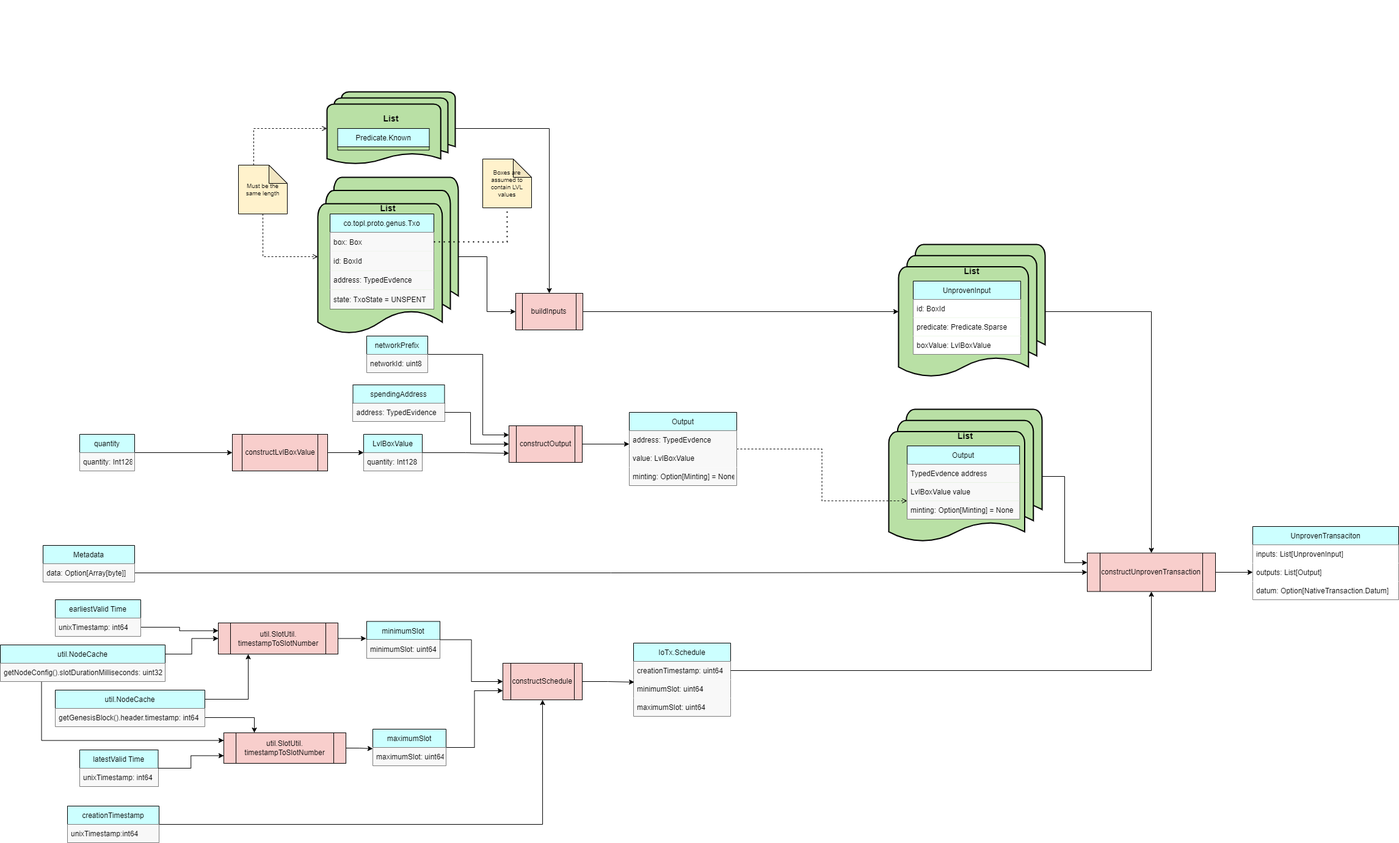
Above: docs/Modules/NativeTransactor/transaction_builder.drawio.png in Topl/BramblSc-docs (draw.io), before the change. Source tidied: cells renumbered, new cells last; positions are measured from the earlier drawing's top-left corner, leaving out a move shared by most shapes.
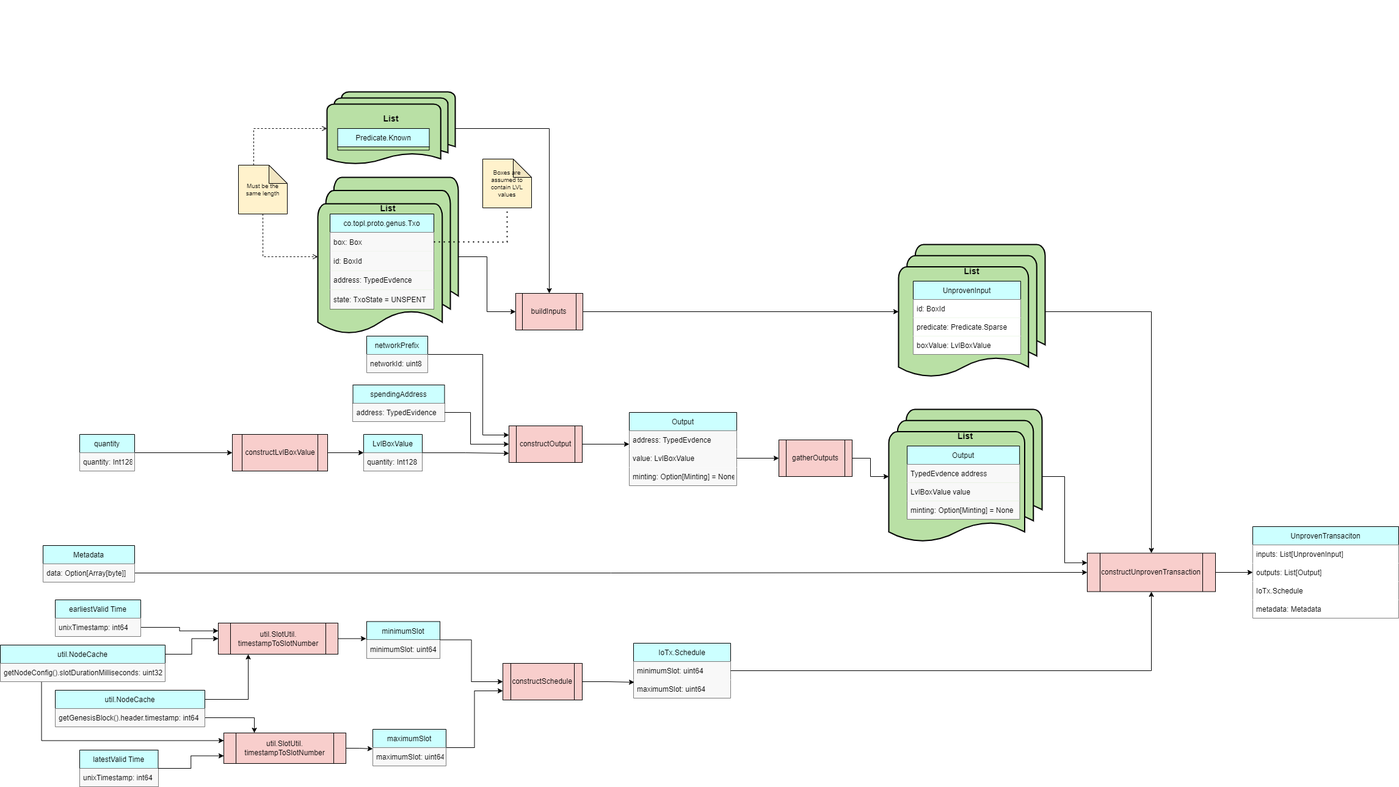
After the commit.

Commit message:
removed user-supplied creation timestamp.

The edit, as a diff of the source:
```diff
@@ -15,32 +15,22 @@
       <mxGeometry x="1780" y="905.5" width="210" height="63" as="geometry" />
     </mxCell>
     <mxCell id="6" value="IoTx.Schedule" style="swimlane;fontStyle=0;horizontal=1;startSize=30;fillColor=#CCFFFF;" parent="1" vertex="1">
-      <mxGeometry x="1037" y="1053" width="159" height="120" as="geometry" />
+      <mxGeometry x="1037" y="1053" width="159" height="90" as="geometry" />
     </mxCell>
-    <mxCell id="7" value="creationTimestamp: uint64" style="text;strokeColor=none;fillColor=#F8F8F8;align=left;verticalAlign=middle;spacingLeft=4;spacingRight=4;overflow=hidden;points=[[0,0.5],[1,0.5]];portConstraint=eastwest;" parent="6" vertex="1">
-      <mxGeometry y="30" width="159" height="30" as="geometry" />
-    </mxCell>
     <mxCell id="8" value="minimumSlot: uint64" style="text;strokeColor=none;fillColor=#F8F8F8;align=left;verticalAlign=middle;spacingLeft=4;spacingRight=4;overflow=hidden;" parent="6" vertex="1">
-      <mxGeometry y="60" width="159" height="30" as="geometry" />
+      <mxGeometry y="30" width="159" height="30" as="geometry" />
     </mxCell>
     <mxCell id="9" value="maximumSlot: uint64" style="text;strokeColor=none;fillColor=#F8F8F8;align=left;verticalAlign=middle;spacingLeft=4;spacingRight=4;overflow=hidden;" parent="6" vertex="1">
-      <mxGeometry y="90" width="159" height="30" as="geometry" />
+      <mxGeometry y="60" width="159" height="30" as="geometry" />
     </mxCell>
-    <mxCell id="10" style="edgeStyle=orthogonalEdgeStyle;rounded=0;jettySize=auto;html=1;entryX=0.007;entryY=1.133;entryDx=0;entryDy=0;entryPerimeter=0;exitX=1;exitY=0.5;exitDx=0;exitDy=0;" parent="1" edge="1" source="11" target="7">
-      <mxGeometry relative="1" as="geometry" />
+    <mxCell id="10" style="edgeStyle=orthogonalEdgeStyle;rounded=0;jettySize=auto;html=1;entryX=0.007;entryY=1.133;entryDx=0;entryDy=0;entryPerimeter=0;exitX=1;exitY=0.5;exitDx=0;exitDy=0;" parent="1" edge="1" source="11">
+      <mxGeometry relative="1" as="geometry">
+        <mxPoint x="1038.1" y="1117" as="targetPoint" />
+      </mxGeometry>
     </mxCell>
     <mxCell id="11" value="constructSchedule" style="shape=process;whiteSpace=wrap;html=1;backgroundOutline=1;fillColor=#F8CECC;" parent="1" vertex="1">
       <mxGeometry x="823" y="1086" width="130" height="60" as="geometry" />
     </mxCell>
-    <mxCell id="12" style="edgeStyle=orthogonalEdgeStyle;rounded=0;jettySize=auto;html=1;entryX=0.5;entryY=1;entryDx=0;entryDy=0;" parent="1" edge="1" source="13" target="11">
-      <mxGeometry relative="1" as="geometry" />
-    </mxCell>
-    <mxCell id="13" value="creationTimestamp" style="swimlane;fontStyle=0;horizontal=1;startSize=30;fillColor=#CCFFFF;" parent="1" vertex="1">
-      <mxGeometry x="110" y="1320" width="150" height="60" as="geometry" />
-    </mxCell>
-    <mxCell id="14" value="unixTimestamp:int64" style="text;strokeColor=none;fillColor=#F8F8F8;align=left;verticalAlign=middle;spacingLeft=4;spacingRight=4;overflow=hidden;" parent="13" vertex="1">
-      <mxGeometry y="30" width="150" height="30" as="geometry" />
-    </mxCell>
     <mxCell id="15" style="edgeStyle=orthogonalEdgeStyle;rounded=0;jettySize=auto;html=1;entryX=0;entryY=0.5;entryDx=0;entryDy=0;" parent="1" edge="1" source="16" target="11">
       <mxGeometry relative="1" as="geometry" />
     </mxCell>
@@ -159,9 +149,6 @@
     <mxCell id="50" value="networkId: uint8" style="text;strokeColor=none;fillColor=#F8F8F8;align=left;verticalAlign=middle;spacingLeft=4;spacingRight=4;overflow=hidden;" parent="49" vertex="1">
       <mxGeometry y="30" width="100" height="30" as="geometry" />
     </mxCell>
-    <mxCell id="51" style="edgeStyle=orthogonalEdgeStyle;rounded=0;jettySize=auto;html=1;entryX=0;entryY=0.75;entryDx=0;entryDy=0;fontSize=10;dashed=1;endArrow=open;endFill=0;" parent="1" edge="1" source="52" target="30">
-      <mxGeometry relative="1" as="geometry" />
-    </mxCell>
     <mxCell id="52" value="Output" style="swimlane;fontStyle=0;horizontal=1;startSize=30;fillColor=#CCFFFF;" parent="1" vertex="1">
       <mxGeometry x="1030" y="675" width="176" height="120" as="geometry" />
     </mxCell>
@@ -226,7 +213,7 @@
       <mxGeometry y="30" width="150" height="30" as="geometry" />
     </mxCell>
     <mxCell id="73" value="UnprovenTransaciton" style="swimlane;fontStyle=0;horizontal=1;startSize=30;fillColor=#CCFFFF;" parent="1" vertex="1">
-      <mxGeometry x="2051" y="862" width="239" height="120" as="geometry" />
+      <mxGeometry x="2051" y="862" width="239" height="150" as="geometry" />
     </mxCell>
     <mxCell id="74" value="inputs: List[UnprovenInput]" style="text;strokeColor=none;fillColor=#FFFFFF;align=left;verticalAlign=middle;spacingLeft=4;spacingRight=4;overflow=hidden;" parent="73" vertex="1">
       <mxGeometry y="30" width="239" height="30" as="geometry" />
@@ -234,9 +221,12 @@
     <mxCell id="75" value="outputs: List[Output]" style="text;strokeColor=none;fillColor=#FFFFFF;align=left;verticalAlign=middle;spacingLeft=4;spacingRight=4;overflow=hidden;points=[[0,0.5],[1,0.5]];portConstraint=eastwest;" parent="73" vertex="1">
       <mxGeometry y="60" width="239" height="30" as="geometry" />
     </mxCell>
-    <mxCell id="76" value="datum: Option[NativeTransaction.Datum]" style="text;strokeColor=none;fillColor=#FFFFFF;align=left;verticalAlign=middle;spacingLeft=4;spacingRight=4;overflow=hidden;" parent="73" vertex="1">
+    <mxCell id="76" value="IoTx.Schedule" style="text;strokeColor=none;fillColor=#FFFFFF;align=left;verticalAlign=middle;spacingLeft=4;spacingRight=4;overflow=hidden;" parent="73" vertex="1">
       <mxGeometry y="90" width="239" height="30" as="geometry" />
     </mxCell>
+    <mxCell id="100" value="metadata: Metadata" style="text;strokeColor=none;fillColor=#FFFFFF;align=left;verticalAlign=middle;spacingLeft=4;spacingRight=4;overflow=hidden;" parent="73" vertex="1">
+      <mxGeometry y="120" width="239" height="30" as="geometry" />
+    </mxCell>
     <mxCell id="77" value="latestValid Time" style="swimlane;fontStyle=0;horizontal=1;startSize=30;fillColor=#CCFFFF;" parent="1" vertex="1">
       <mxGeometry x="130" y="1228" width="128.5" height="60" as="geometry" />
     </mxCell>
@@ -307,8 +297,19 @@
         </Array>
       </mxGeometry>
     </mxCell>
-    <mxCell id="99" style="edgeStyle=orthogonalEdgeStyle;rounded=0;jettySize=auto;html=1;entryX=0.5;entryY=1;entryDx=0;entryDy=0;fontSize=18;exitX=1;exitY=0.5;exitDx=0;exitDy=0;" parent="1" edge="1" source="7" target="5">
-      <mxGeometry relative="1" as="geometry" />
+    <mxCell id="99" style="edgeStyle=orthogonalEdgeStyle;rounded=0;jettySize=auto;html=1;entryX=0.5;entryY=1;entryDx=0;entryDy=0;fontSize=18;exitX=1;exitY=0.5;exitDx=0;exitDy=0;" parent="1" edge="1" target="5">
+      <mxGeometry relative="1" as="geometry">
+        <mxPoint x="1196" y="1098" as="sourcePoint" />
+      </mxGeometry>
     </mxCell>
+    <mxCell id="101" style="edgeStyle=orthogonalEdgeStyle;rounded=0;jettySize=auto;html=1;entryX=0;entryY=0.5;entryDx=0;entryDy=0;entryPerimeter=0;fontSize=18;" parent="1" edge="1" source="102" target="29">
+      <mxGeometry relative="1" as="geometry" />
+    </mxCell>
+    <mxCell id="102" value="gatherOutputs" style="shape=process;whiteSpace=wrap;html=1;backgroundOutline=1;fillColor=#F8CECC;" parent="1" vertex="1">
+      <mxGeometry x="1275" y="720" width="120" height="60" as="geometry" />
+    </mxCell>
+    <mxCell id="103" style="edgeStyle=orthogonalEdgeStyle;rounded=0;jettySize=auto;html=1;entryX=0;entryY=0.5;entryDx=0;entryDy=0;fontSize=18;" parent="1" edge="1" source="54" target="102">
+      <mxGeometry relative="1" as="geometry" />
+    </mxCell>
   </root>
 </mxGraphModel>
```
